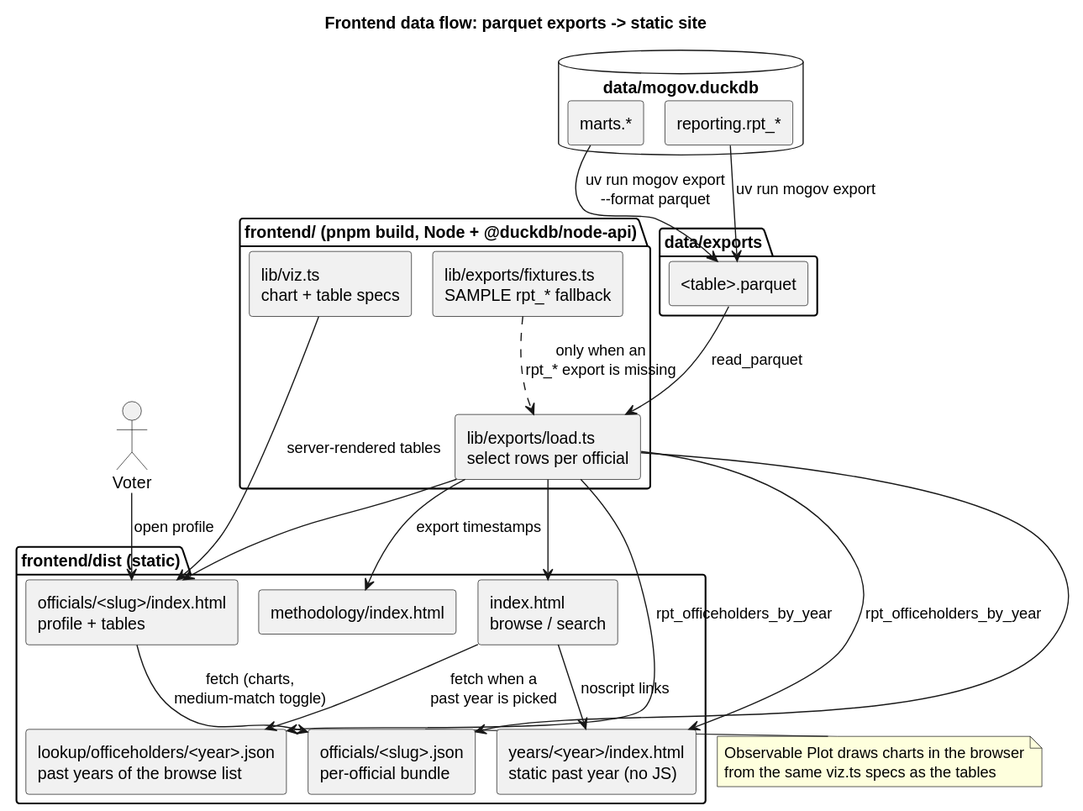
The PlantUML diagram docs/diagrams/frontend_data_flow.svg in akettmann/missouri_gov_feed, before a commit. Its source is kept beside it as docs/diagrams/frontend_data_flow.puml.
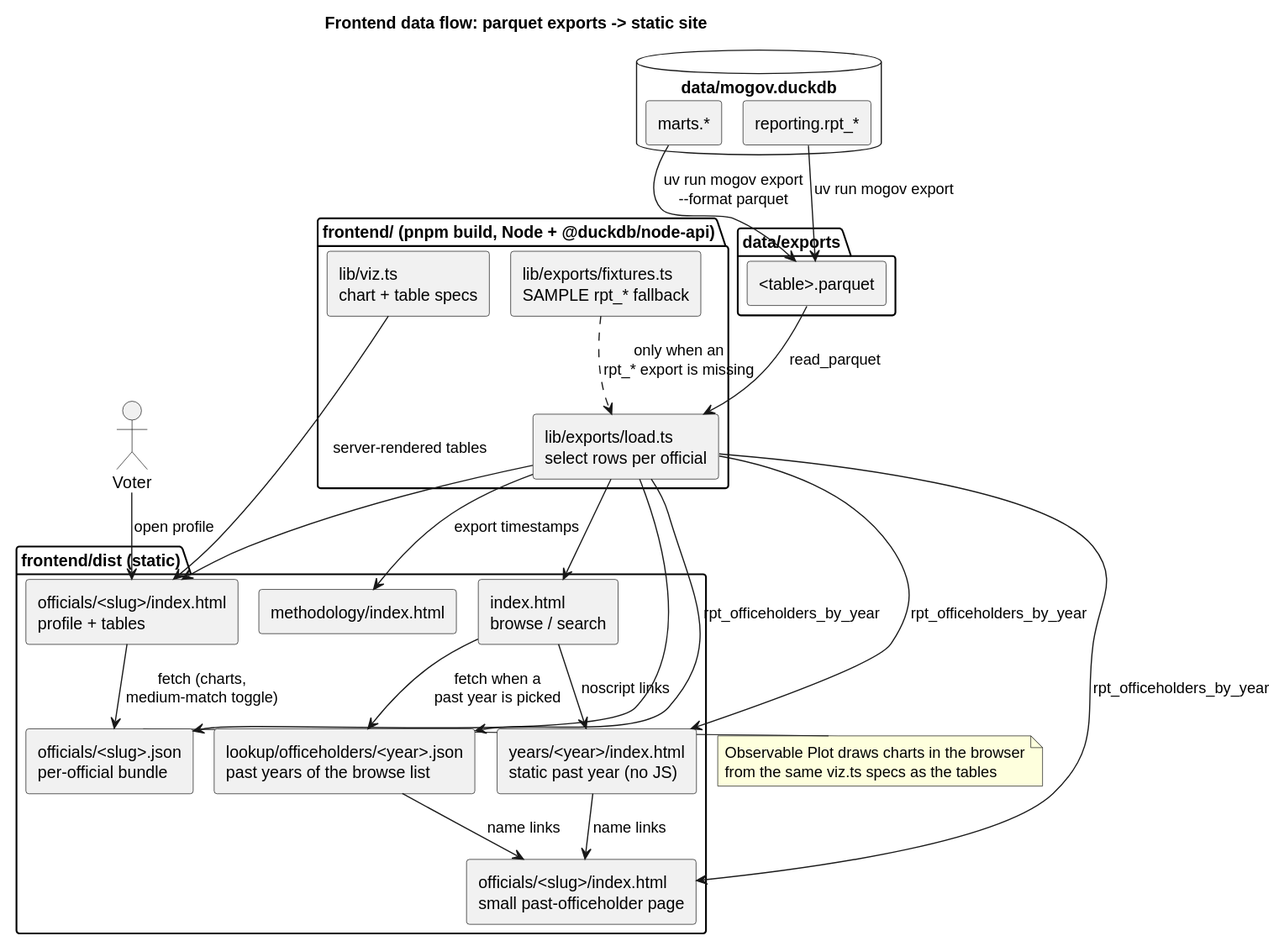
Later version of the same file.

Commit message:
Small pages for past officeholders; year pages and lookup JSON link every name (Fixes #19)

What changed in the source:
```diff
@@ -22,6 +22,7 @@
   [lookup/officeholders/<year>.json\npast years of the browse list] as yearjson
   [years/<year>/index.html\nstatic past year (no JS)] as yearpage
   [officials/<slug>/index.html\nprofile + tables] as page
+  [officials/<slug>/index.html\nsmall past-officeholder page] as pastpage
   [officials/<slug>.json\nper-official bundle] as json
   [methodology/index.html] as meth
 }
@@ -36,6 +37,9 @@
 load --> yearjson : rpt_officeholders_by_year
 idx --> yearjson : fetch when a\npast year is picked
 load --> yearpage : rpt_officeholders_by_year
+load --> pastpage : rpt_officeholders_by_year
+yearpage --> pastpage : name links
+yearjson --> pastpage : name links
 idx --> yearpage : noscript links
 load --> page
 load --> json
```
